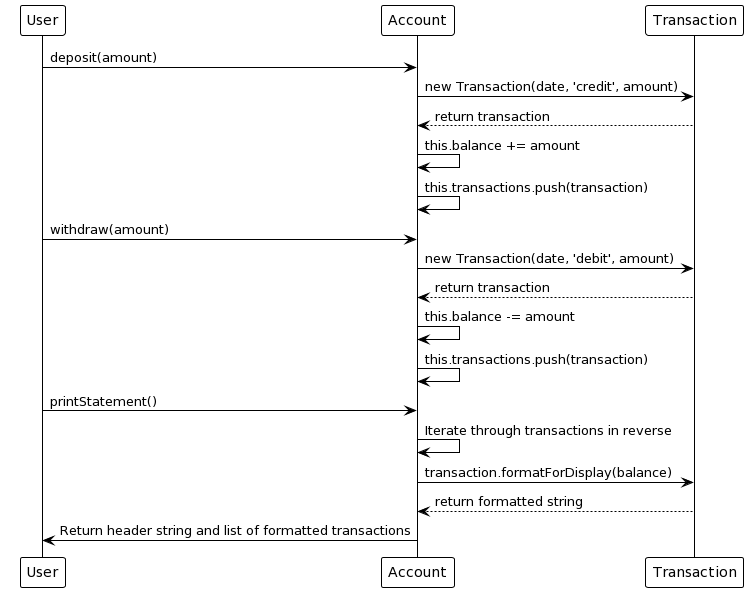
The PlantUML diagram images/sequence_diagram.png in Diliano/bank-tech-test, before a commit.
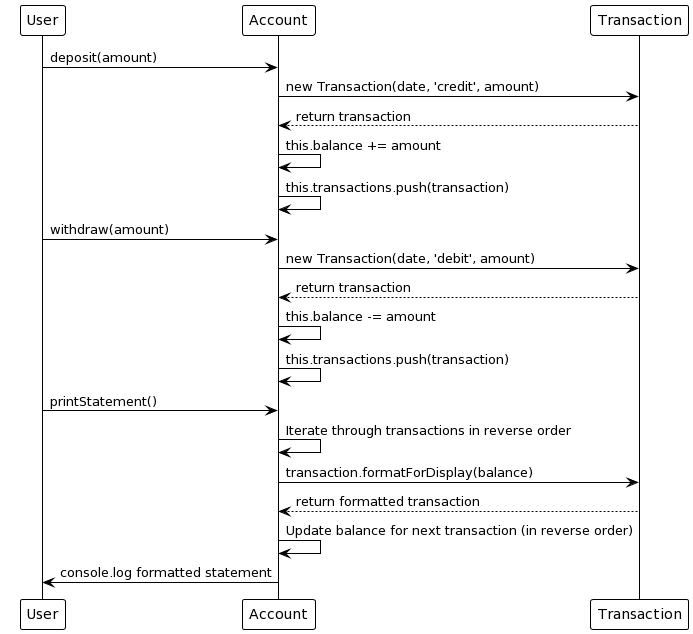
After the commit.

Commit message:
Updated sequence diagram to reflect that the 'printStatement' method console logs the formatted statement, rather than returning it.

Change to the diagram source:
```diff
@@ -17,9 +17,9 @@
 Account -> Account: this.transactions.push(transaction)
 
 User -> Account: printStatement()
-Account -> Account: Iterate through transactions in reverse
+Account -> Account: Iterate through transactions in reverse order
 Account -> Transaction: transaction.formatForDisplay(balance)
-Transaction --> Account: return formatted string
-
-Account -> User: Return header string and list of formatted transactions
+Transaction --> Account: return formatted transaction
+Account -> Account: Update balance for next transaction (in reverse order)
+Account -> User: console.log formatted statement
 @enduml
```
